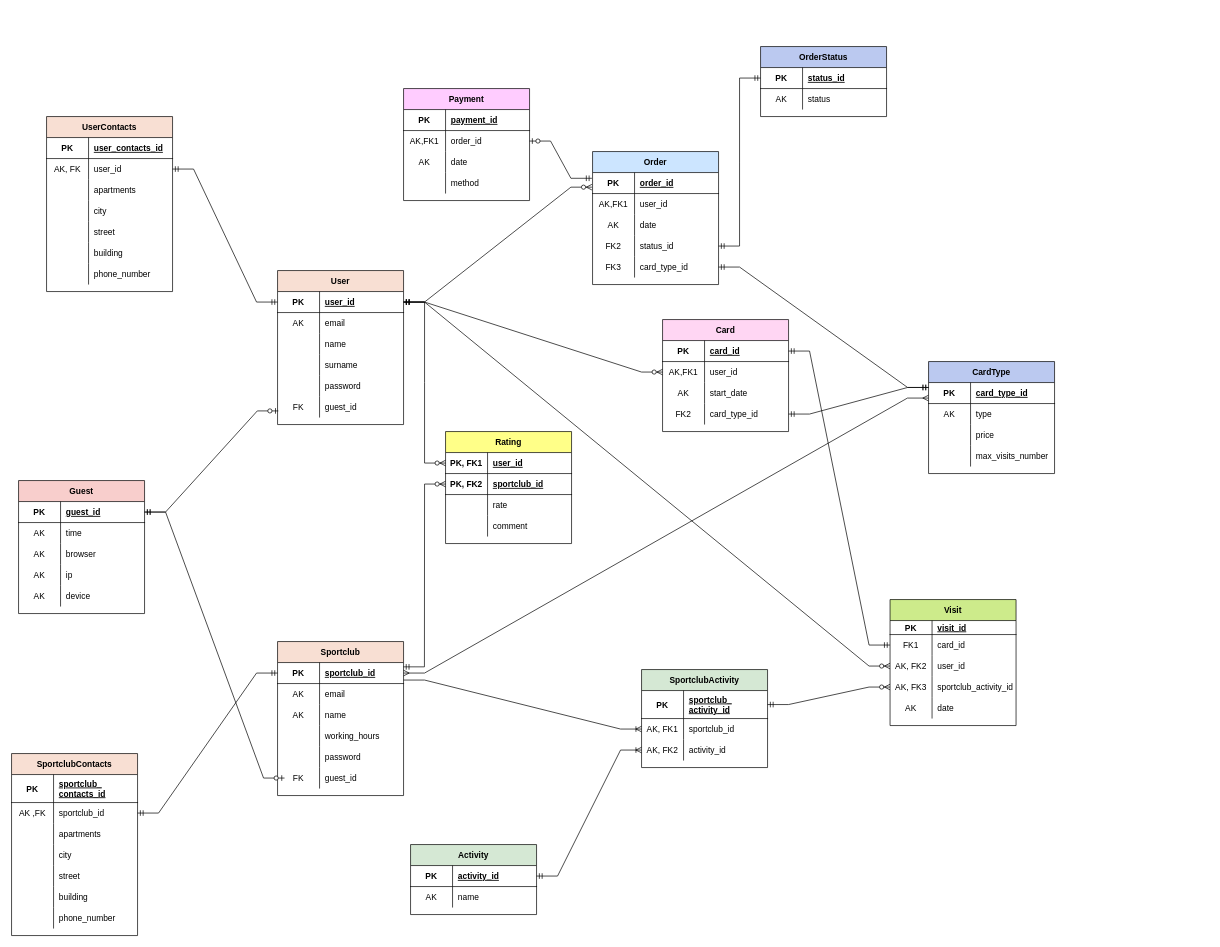
This is Design/Diagrams/MultisportLogicalModel.drawio from Nataly-git/multisport, a draw.io file, before an edit. Source tidied: cells renumbered, new cells numbered last; positions are measured from the earlier drawing's top-left corner, leaving out a move shared by most shapes. Both pictures are drawn from the tidied source at 70%, with x=0, y=0 at pixel (11, 46).
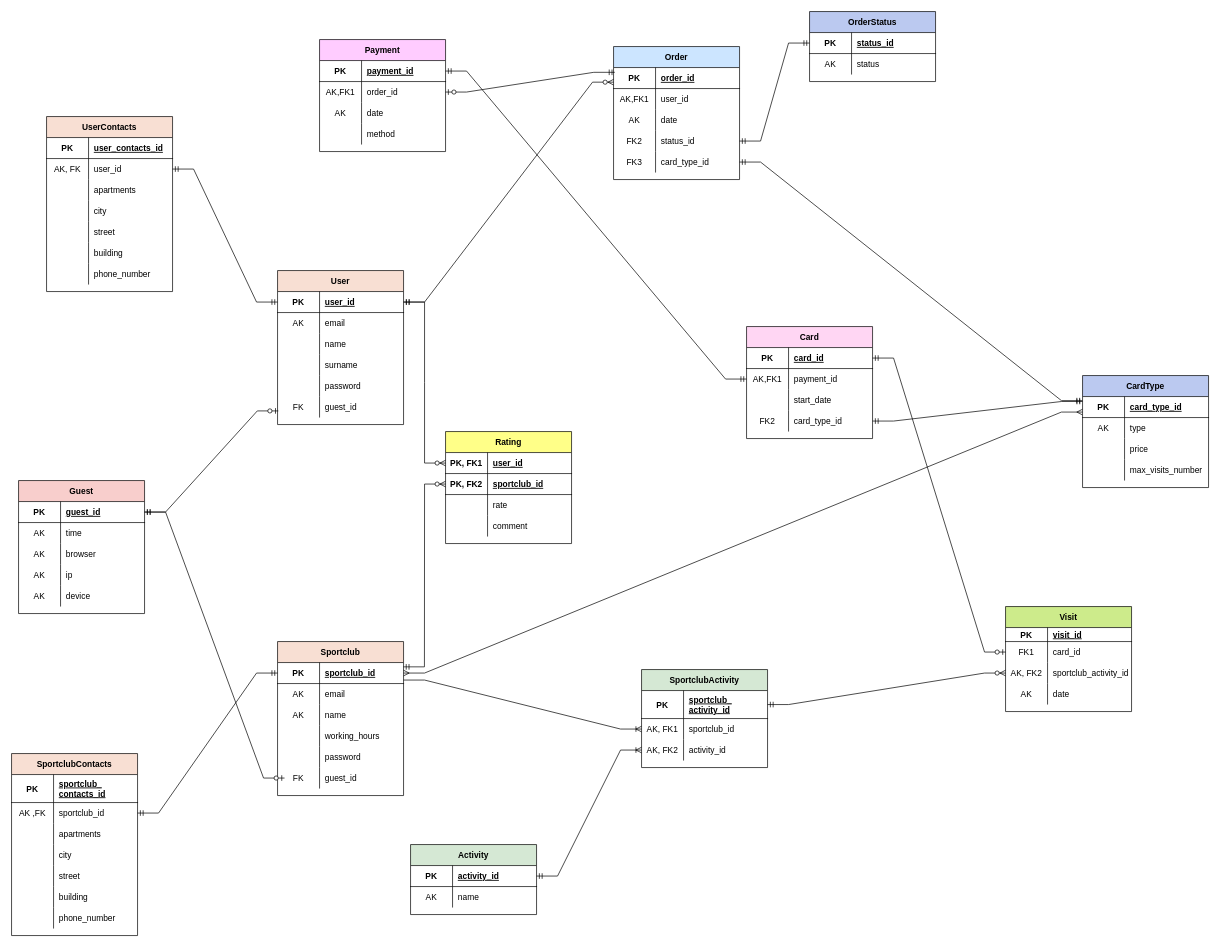
Above is the later version.

Commit message (it also covers changes not shown here):
refactored logical model

Unchanged cells that the change refers to:
```xml
<mxCell id="19" style="shape=tableRow;horizontal=0;startSize=0;swimlaneHead=0;swimlaneBody=0;fillColor=none;points=[[0,0.5],[1,0.5]];portConstraint=eastwest;top=0;left=0;right=0;bottom=1;" parent="18" vertex="1">
  <mxGeometry y="30" width="180" height="30" as="geometry" />
</mxCell>
<mxCell id="116" style="shape=tableRow;horizontal=0;startSize=0;swimlaneHead=0;swimlaneBody=0;fillColor=none;points=[[0,0.5],[1,0.5]];portConstraint=eastwest;top=0;left=0;right=0;bottom=1;" parent="115" vertex="1">
  <mxGeometry y="30" width="180" height="30" as="geometry" />
</mxCell>
<mxCell id="128" style="shape=tableRow;horizontal=0;startSize=0;swimlaneHead=0;swimlaneBody=0;fillColor=none;points=[[0,0.5],[1,0.5]];portConstraint=eastwest;top=0;left=0;right=0;bottom=0;" parent="115" vertex="1">
  <mxGeometry y="150" width="180" height="30" as="geometry" />
</mxCell>
<mxCell id="132" style="shape=tableRow;horizontal=0;startSize=0;swimlaneHead=0;swimlaneBody=0;fillColor=none;points=[[0,0.5],[1,0.5]];portConstraint=eastwest;top=0;left=0;right=0;bottom=1;" parent="131" vertex="1">
  <mxGeometry y="30" width="180" height="30" as="geometry" />
</mxCell>
<mxCell id="171" style="shape=tableRow;horizontal=0;startSize=0;swimlaneHead=0;swimlaneBody=0;fillColor=none;points=[[0,0.5],[1,0.5]];portConstraint=eastwest;top=0;left=0;right=0;bottom=1;" parent="170" vertex="1">
  <mxGeometry y="30" width="180" height="30" as="geometry" />
</mxCell>
<mxCell id="174" style="shape=tableRow;horizontal=0;startSize=0;swimlaneHead=0;swimlaneBody=0;fillColor=none;points=[[0,0.5],[1,0.5]];portConstraint=eastwest;top=0;left=0;right=0;bottom=0;" parent="170" vertex="1">
  <mxGeometry y="60" width="180" height="30" as="geometry" />
</mxCell>
<mxCell id="188" style="shape=tableRow;horizontal=0;startSize=0;swimlaneHead=0;swimlaneBody=0;fillColor=none;points=[[0,0.5],[1,0.5]];portConstraint=eastwest;top=0;left=0;right=0;bottom=1;" parent="187" vertex="1">
  <mxGeometry y="30" width="180" height="30" as="geometry" />
</mxCell>
<mxCell id="191" style="shape=tableRow;horizontal=0;startSize=0;swimlaneHead=0;swimlaneBody=0;fillColor=none;points=[[0,0.5],[1,0.5]];portConstraint=eastwest;top=0;left=0;right=0;bottom=0;" parent="187" vertex="1">
  <mxGeometry y="60" width="180" height="30" as="geometry" />
</mxCell>
<mxCell id="194" style="shape=tableRow;horizontal=0;startSize=0;swimlaneHead=0;swimlaneBody=0;fillColor=none;top=0;left=0;right=0;bottom=0;" parent="187" vertex="1">
  <mxGeometry y="90" width="180" height="30" as="geometry" />
</mxCell>
<mxCell id="207" style="shape=tableRow;horizontal=0;startSize=0;swimlaneHead=0;swimlaneBody=0;fillColor=none;points=[[0,0.5],[1,0.5]];portConstraint=eastwest;top=0;left=0;right=0;bottom=0;" parent="203" vertex="1">
  <mxGeometry y="50" width="180" height="30" as="geometry" />
</mxCell>
```

What changed in the source:
```diff
@@
     <mxCell id="108" value="OrderStatus" style="shape=table;startSize=30;childLayout=tableLayout;rowLines=0;fontStyle=1;align=center;fillColor=#BBC9F0;" parent="1" vertex="1">
-      <mxGeometry x="1070" width="180" height="100" as="geometry" />
+      <mxGeometry x="1140" y="-50" width="180" height="100" as="geometry" />
     </mxCell>
@@
     <mxCell id="115" value="Order" style="shape=table;startSize=30;childLayout=tableLayout;rowLines=0;fontStyle=1;align=center;fillColor=#CCE5FF;" parent="1" vertex="1">
-      <mxGeometry x="830" y="150" width="180" height="190" as="geometry" />
+      <mxGeometry x="860" width="180" height="190" as="geometry" />
     </mxCell>
@@
     <mxCell id="131" value="CardType" style="shape=table;startSize=30;childLayout=tableLayout;rowLines=0;fontStyle=1;align=center;fillColor=#BBC9F0;" parent="1" vertex="1">
-      <mxGeometry x="1310" y="450" width="180" height="160" as="geometry" />
+      <mxGeometry x="1530" y="470" width="180" height="160" as="geometry" />
     </mxCell>
@@
-    <mxCell id="167" style="edgeStyle=entityRelationEdgeStyle;fontSize=12;html=1;endArrow=ERmandOne;startArrow=ERmandOne;rounded=0;exitX=1;exitY=0.5;exitDx=0;exitDy=0;" parent="1" edge="1" source="128">
-      <mxGeometry relative="1" as="geometry">
-        <mxPoint x="1310" y="487" as="targetPoint" />
-      </mxGeometry>
+    <mxCell id="167" style="edgeStyle=entityRelationEdgeStyle;fontSize=12;html=1;endArrow=ERmandOne;startArrow=ERmandOne;rounded=0;exitX=1;exitY=0.5;exitDx=0;exitDy=0;entryX=-0.001;entryY=0.194;entryDx=0;entryDy=0;entryPerimeter=0;" parent="1" edge="1" source="128" target="132">
+      <mxGeometry relative="1" as="geometry" />
     </mxCell>
@@
     <mxCell id="170" value="Payment" style="shape=table;startSize=30;childLayout=tableLayout;rowLines=0;fontStyle=1;align=center;fillColor=#FFCCFF;" parent="1" vertex="1">
-      <mxGeometry x="560" y="60" width="180" height="160" as="geometry" />
+      <mxGeometry x="440" y="-10" width="180" height="160" as="geometry" />
     </mxCell>
@@
-    <mxCell id="185" style="edgeStyle=entityRelationEdgeStyle;fontSize=12;html=1;endArrow=ERzeroToMany;startArrow=ERmandOne;rounded=0;exitX=1;exitY=0.5;exitDx=0;exitDy=0;entryX=-0.005;entryY=0.696;entryDx=0;entryDy=0;entryPerimeter=0;" parent="1" edge="1" source="19" target="116">
+    <mxCell id="185" style="edgeStyle=entityRelationEdgeStyle;fontSize=12;html=1;endArrow=ERzeroToMany;startArrow=ERmandOne;rounded=0;exitX=1;exitY=0.5;exitDx=0;exitDy=0;entryX=0;entryY=0.696;entryDx=0;entryDy=0;entryPerimeter=0;" parent="1" edge="1" source="19" target="116">
       <mxGeometry relative="1" as="geometry" />
     </mxCell>
-    <mxCell id="186" style="edgeStyle=entityRelationEdgeStyle;fontSize=12;html=1;endArrow=ERzeroToOne;startArrow=ERmandOne;rounded=0;entryX=1;entryY=0.5;entryDx=0;entryDy=0;exitX=-0.005;exitY=0.273;exitDx=0;exitDy=0;exitPerimeter=0;" parent="1" edge="1" source="116" target="174">
-      <mxGeometry relative="1" as="geometry" />
-    </mxCell>
     <mxCell id="187" value="Card" style="shape=table;startSize=30;childLayout=tableLayout;rowLines=0;fontStyle=1;align=center;fillColor=#FFD6F3;" parent="1" vertex="1">
-      <mxGeometry x="930" y="390" width="180" height="160" as="geometry" />
+      <mxGeometry x="1050" y="400" width="180" height="160" as="geometry" />
     </mxCell>
@@
-    <mxCell id="193" value="user_id" style="shape=partialRectangle;fillColor=none;top=0;left=0;bottom=0;right=0;align=left;spacingLeft=6;overflow=hidden;" parent="191" vertex="1">
+    <mxCell id="193" value="payment_id" style="shape=partialRectangle;fillColor=none;top=0;left=0;bottom=0;right=0;align=left;spacingLeft=6;overflow=hidden;" parent="191" vertex="1">
       <mxGeometry x="60" width="120" height="30" as="geometry" />
     </mxCell>
@@
-    <mxCell id="195" value="AK" style="shape=partialRectangle;fillColor=none;top=0;left=0;bottom=0;right=0;overflow=hidden;" parent="194" vertex="1">
+    <mxCell id="195" style="shape=partialRectangle;fillColor=none;top=0;left=0;bottom=0;right=0;overflow=hidden;" parent="194" vertex="1">
       <mxGeometry width="60" height="30" as="geometry" />
     </mxCell>
@@
-    <mxCell id="200" style="edgeStyle=entityRelationEdgeStyle;fontSize=12;html=1;endArrow=ERzeroToMany;startArrow=ERmandOne;rounded=0;exitX=1;exitY=0.5;exitDx=0;exitDy=0;entryX=0;entryY=0.5;entryDx=0;entryDy=0;" parent="1" edge="1" source="19" target="191">
-      <mxGeometry relative="1" as="geometry" />
-    </mxCell>
@@
     <mxCell id="203" value="Visit" style="shape=table;startSize=30;childLayout=tableLayout;rowLines=0;fontStyle=1;align=center;fillColor=#CDEB8B;" parent="1" vertex="1">
-      <mxGeometry x="1255" y="790" width="180" height="180" as="geometry" />
+      <mxGeometry x="1420" y="800" width="180" height="150" as="geometry" />
     </mxCell>
@@
-    <mxCell id="210" style="shape=tableRow;horizontal=0;startSize=0;swimlaneHead=0;swimlaneBody=0;fillColor=none;points=[[0,0.5],[1,0.5]];portConstraint=eastwest;top=0;left=0;right=0;bottom=0;" parent="203" vertex="1">
-      <mxGeometry y="80" width="180" height="30" as="geometry" />
-    </mxCell>
-    <mxCell id="211" value="AK, FK2" style="shape=partialRectangle;fillColor=none;top=0;left=0;bottom=0;right=0;overflow=hidden;" parent="210" vertex="1">
-      <mxGeometry width="60" height="30" as="geometry" />
-    </mxCell>
-    <mxCell id="212" value="user_id" style="shape=partialRectangle;fillColor=none;top=0;left=0;bottom=0;right=0;align=left;spacingLeft=6;overflow=hidden;" parent="210" vertex="1">
-      <mxGeometry x="60" width="120" height="30" as="geometry" />
-    </mxCell>
     <mxCell id="213" style="shape=tableRow;horizontal=0;startSize=0;swimlaneHead=0;swimlaneBody=0;fillColor=none;points=[[0,0.5],[1,0.5]];portConstraint=eastwest;top=0;left=0;right=0;bottom=0;" parent="203" vertex="1">
-      <mxGeometry y="110" width="180" height="30" as="geometry" />
+      <mxGeometry y="80" width="180" height="30" as="geometry" />
     </mxCell>
-    <mxCell id="214" value="AK, FK3" style="shape=partialRectangle;fillColor=none;top=0;left=0;bottom=0;right=0;overflow=hidden;" parent="213" vertex="1">
+    <mxCell id="214" value="AK, FK2" style="shape=partialRectangle;fillColor=none;top=0;left=0;bottom=0;right=0;overflow=hidden;" parent="213" vertex="1">
       <mxGeometry width="60" height="30" as="geometry" />
     </mxCell>
@@
     <mxCell id="216" style="shape=tableRow;horizontal=0;startSize=0;swimlaneHead=0;swimlaneBody=0;fillColor=none;top=0;left=0;right=0;bottom=0;" parent="203" vertex="1">
-      <mxGeometry y="140" width="180" height="30" as="geometry" />
+      <mxGeometry y="110" width="180" height="30" as="geometry" />
     </mxCell>
@@
-    <mxCell id="219" style="edgeStyle=entityRelationEdgeStyle;fontSize=12;html=1;endArrow=ERzeroToMany;startArrow=ERmandOne;rounded=0;exitX=1;exitY=0.5;exitDx=0;exitDy=0;entryX=0;entryY=0.5;entryDx=0;entryDy=0;" parent="1" edge="1" source="19" target="210">
-      <mxGeometry relative="1" as="geometry" />
-    </mxCell>
@@
-    <mxCell id="221" style="edgeStyle=entityRelationEdgeStyle;fontSize=12;html=1;endArrow=ERmandOne;startArrow=ERmandOne;rounded=0;entryX=1;entryY=0.5;entryDx=0;entryDy=0;exitX=0;exitY=0.5;exitDx=0;exitDy=0;" parent="1" edge="1" source="207" target="188">
-      <mxGeometry relative="1" as="geometry" />
-    </mxCell>
@@
+    <mxCell id="226" style="edgeStyle=entityRelationEdgeStyle;fontSize=12;html=1;endArrow=ERmandOne;startArrow=ERmandOne;rounded=0;entryX=0;entryY=0.5;entryDx=0;entryDy=0;exitX=1;exitY=0.5;exitDx=0;exitDy=0;" parent="1" edge="1" source="171" target="191">
+      <mxGeometry relative="1" as="geometry" />
+    </mxCell>
+    <mxCell id="186" style="edgeStyle=entityRelationEdgeStyle;fontSize=12;html=1;endArrow=ERzeroToOne;startArrow=ERmandOne;rounded=0;entryX=1;entryY=0.5;entryDx=0;entryDy=0;exitX=0.01;exitY=0.227;exitDx=0;exitDy=0;exitPerimeter=0;" parent="1" edge="1" source="116" target="174">
+      <mxGeometry relative="1" as="geometry" />
+    </mxCell>
+    <mxCell id="227" style="edgeStyle=entityRelationEdgeStyle;fontSize=12;html=1;endArrow=ERzeroToOne;startArrow=ERmandOne;rounded=0;exitX=1;exitY=0.5;exitDx=0;exitDy=0;" parent="1" edge="1" source="188" target="207">
+      <mxGeometry relative="1" as="geometry" />
+    </mxCell>
```
